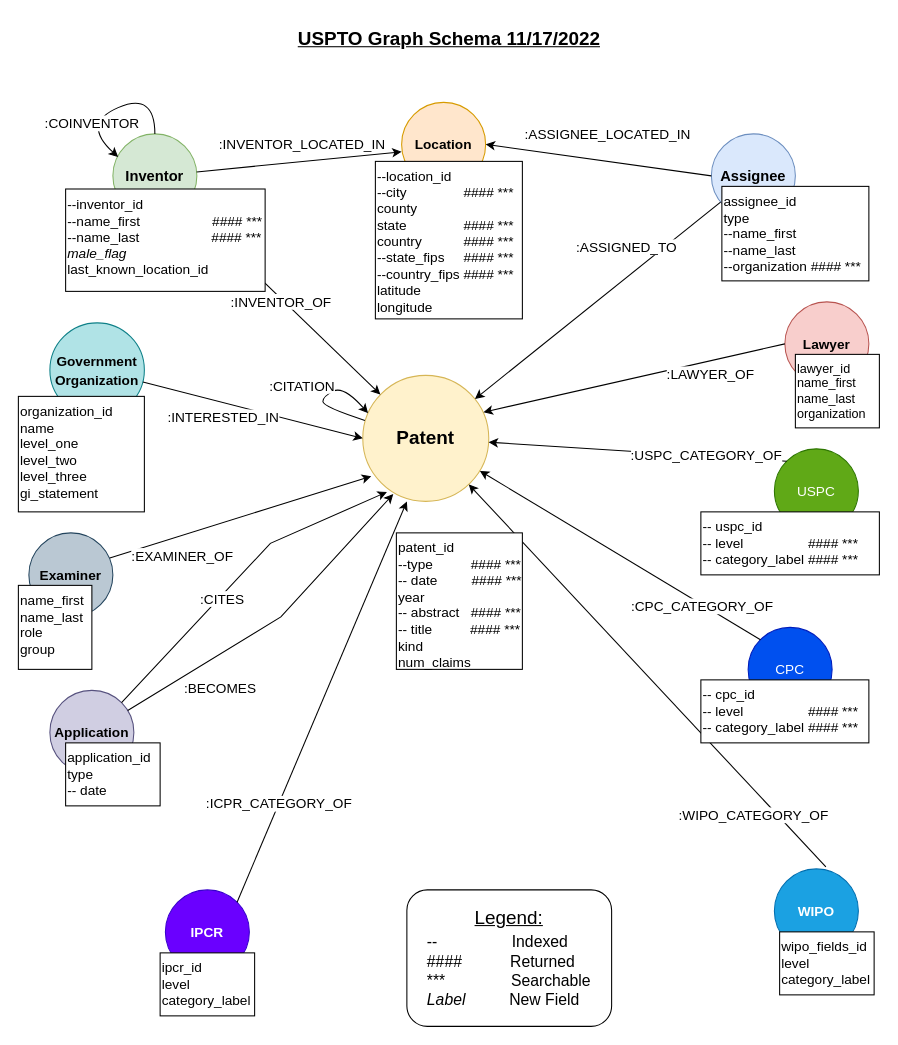
Earlier version of the draw.io diagram uspto20220630/new_uspto_diagram.drawio (iuni-cadre/DataPipelineAndProvenanceForCADRE). Source tidied: cells renumbered, new cells numbered last; positions are measured from the earlier drawing's top-left corner, leaving out a move shared by most shapes. Both pictures are drawn from the tidied source at 105%, with x=0, y=0 at pixel (18, 18).
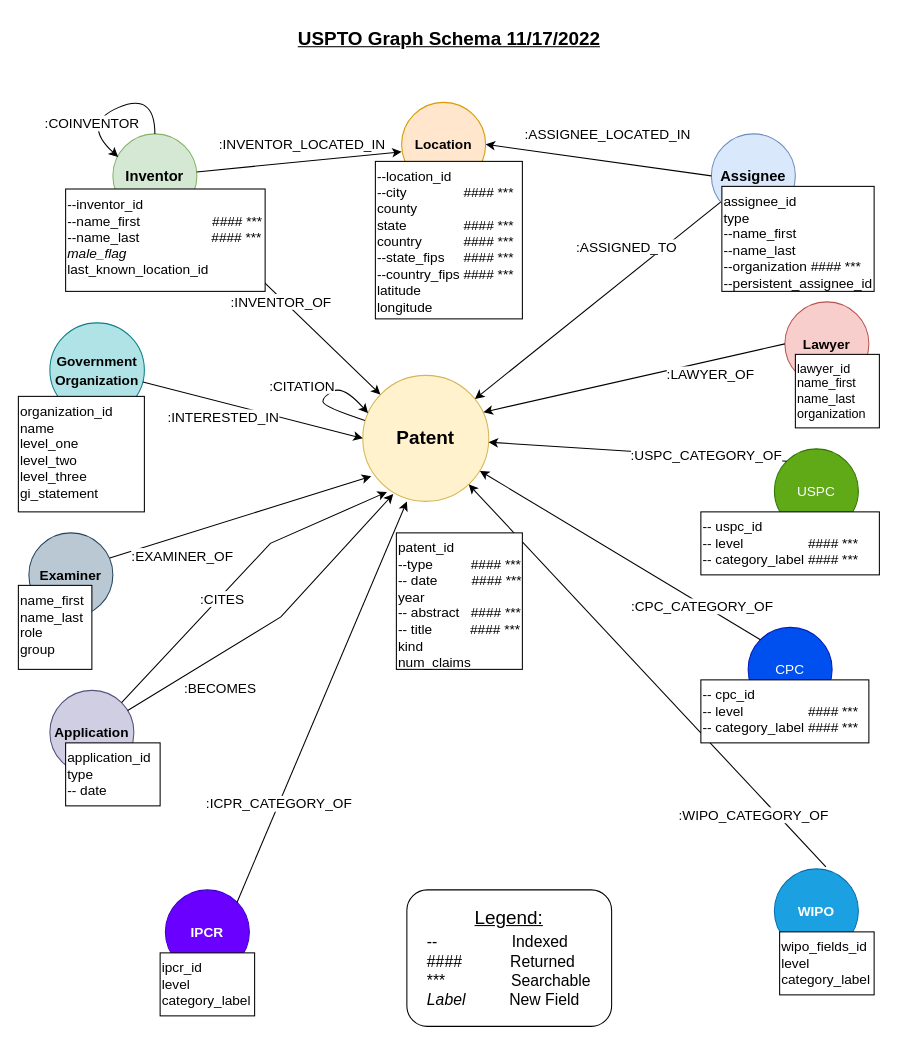
Above is the later version.

Commit message (it also covers changes not shown here):
adding persistent_assignee_id

Diff of the diagram source:
```diff
@@
-    <mxCell id="15" value="assignee_id&lt;br&gt;type&lt;br&gt;--name_first&lt;br&gt;--name_last&lt;br&gt;--organization #### ***" style="whiteSpace=wrap;html=1;fontSize=13;align=left;verticalAlign=top;" parent="1" vertex="1">
-      <mxGeometry x="670" y="160" width="140" height="90" as="geometry" />
+    <mxCell id="15" value="assignee_id&lt;br&gt;type&lt;br&gt;--name_first&lt;br&gt;--name_last&lt;br&gt;--organization #### ***&lt;br&gt;--persistent_assignee_id" style="whiteSpace=wrap;html=1;fontSize=13;align=left;verticalAlign=top;" parent="1" vertex="1">
+      <mxGeometry x="670" y="160" width="145" height="100" as="geometry" />
     </mxCell>
```
